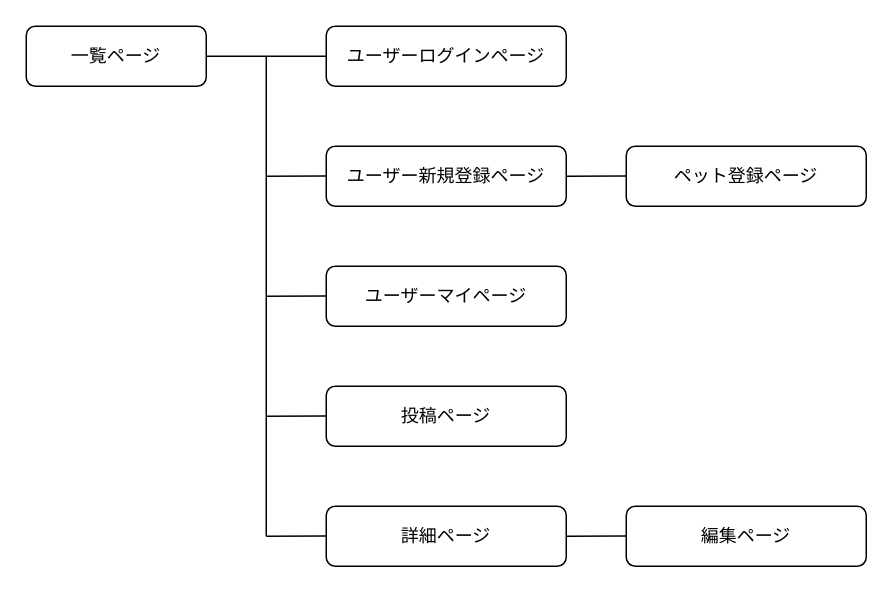
Earlier version of the draw.io diagram OwD_UIflow.dio (ChisatoMatoba/odekake-with-dogs). Source tidied: cells renumbered, new cells numbered last; positions are measured from the earlier drawing's top-left corner, leaving out a move shared by most shapes. Both pictures are drawn from the tidied source at 150%, with x=0, y=0 at pixel (26, 26).
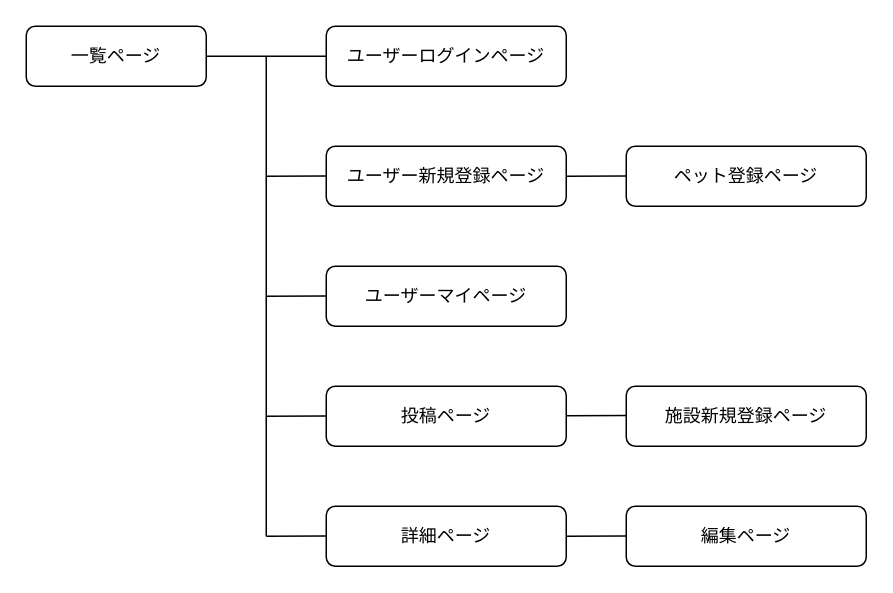
The same diagram, later.

Commit message (it also covers changes not shown here):
画面遷移図変更

What changed in the source:
```diff
@@
+    <mxCell id="18" value="施設新規登録ページ" style="rounded=1;whiteSpace=wrap;html=1;" parent="1" vertex="1">
+      <mxGeometry x="400" y="240" width="160" height="40" as="geometry" />
+    </mxCell>
+    <mxCell id="19" style="edgeStyle=none;html=1;entryX=0;entryY=0.5;entryDx=0;entryDy=0;endArrow=none;endFill=0;" parent="1" edge="1">
+      <mxGeometry relative="1" as="geometry">
+        <mxPoint x="360" y="259.7" as="sourcePoint" />
+        <mxPoint x="400" y="259.5" as="targetPoint" />
+      </mxGeometry>
+    </mxCell>
```
